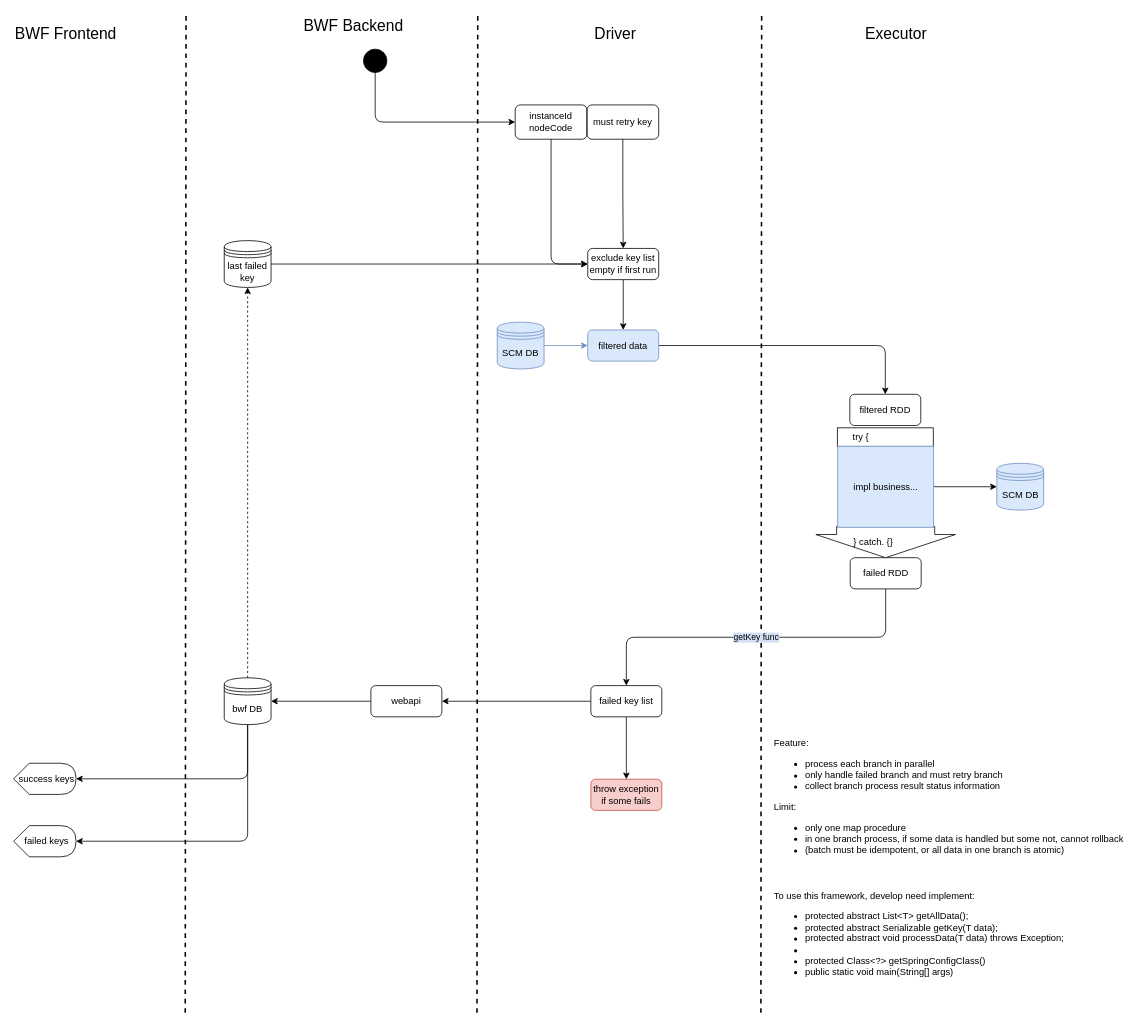
The draw.io diagram bwf/Transactional spark batch framework.drawio in wzdxt/uml, before the edit. Source tidied: cells renumbered, new cells numbered last; positions are measured from the earlier drawing's top-left corner, leaving out a move shared by most shapes. Both pictures are drawn from the tidied source at 78%, with x=0, y=0 at pixel (13, 14).
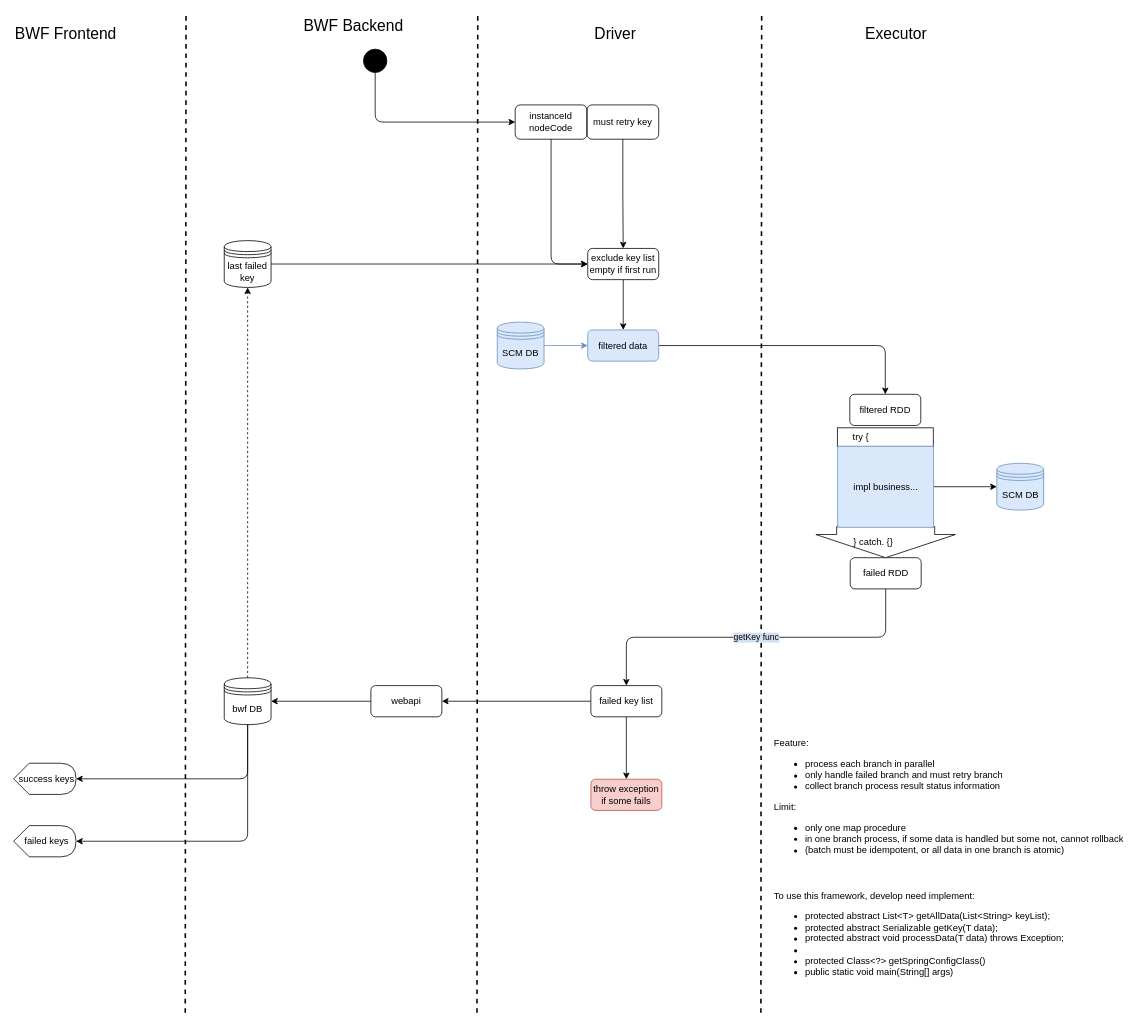
After the change.

Change to the diagram source:
```diff
@@
-    <mxCell id="42" value="To use this framework, develop need implement:&lt;br&gt;&lt;ul&gt;&lt;li&gt;protected abstract List&amp;lt;T&amp;gt; getAllData();&lt;br&gt;&lt;/li&gt;&lt;li&gt;protected abstract Serializable getKey(T data);&lt;br&gt;&lt;/li&gt;&lt;li&gt;protected abstract void processData(T data) throws Exception;&lt;br&gt;&lt;/li&gt;&lt;li&gt;&lt;br&gt;&lt;/li&gt;&lt;li&gt;protected Class&amp;lt;?&amp;gt; getSpringConfigClass()&lt;br&gt;&lt;/li&gt;&lt;li&gt;public static void main(String[] args)&lt;br&gt;&lt;/li&gt;&lt;/ul&gt;" style="text;html=1;align=left;verticalAlign=top;spacingTop=-4;" parent="1" vertex="1">
+    <mxCell id="42" value="To use this framework, develop need implement:&lt;br&gt;&lt;ul&gt;&lt;li&gt;protected abstract List&amp;lt;T&amp;gt; getAllData(List&amp;lt;String&amp;gt; keyList);&lt;br&gt;&lt;/li&gt;&lt;li&gt;protected abstract Serializable getKey(T data);&lt;br&gt;&lt;/li&gt;&lt;li&gt;protected abstract void processData(T data) throws Exception;&lt;br&gt;&lt;/li&gt;&lt;li&gt;&lt;br&gt;&lt;/li&gt;&lt;li&gt;protected Class&amp;lt;?&amp;gt; getSpringConfigClass()&lt;br&gt;&lt;/li&gt;&lt;li&gt;public static void main(String[] args)&lt;br&gt;&lt;/li&gt;&lt;/ul&gt;" style="text;html=1;align=left;verticalAlign=top;spacingTop=-4;" parent="1" vertex="1">
       <mxGeometry x="973" y="1120" width="390" height="120" as="geometry" />
     </mxCell>
```
